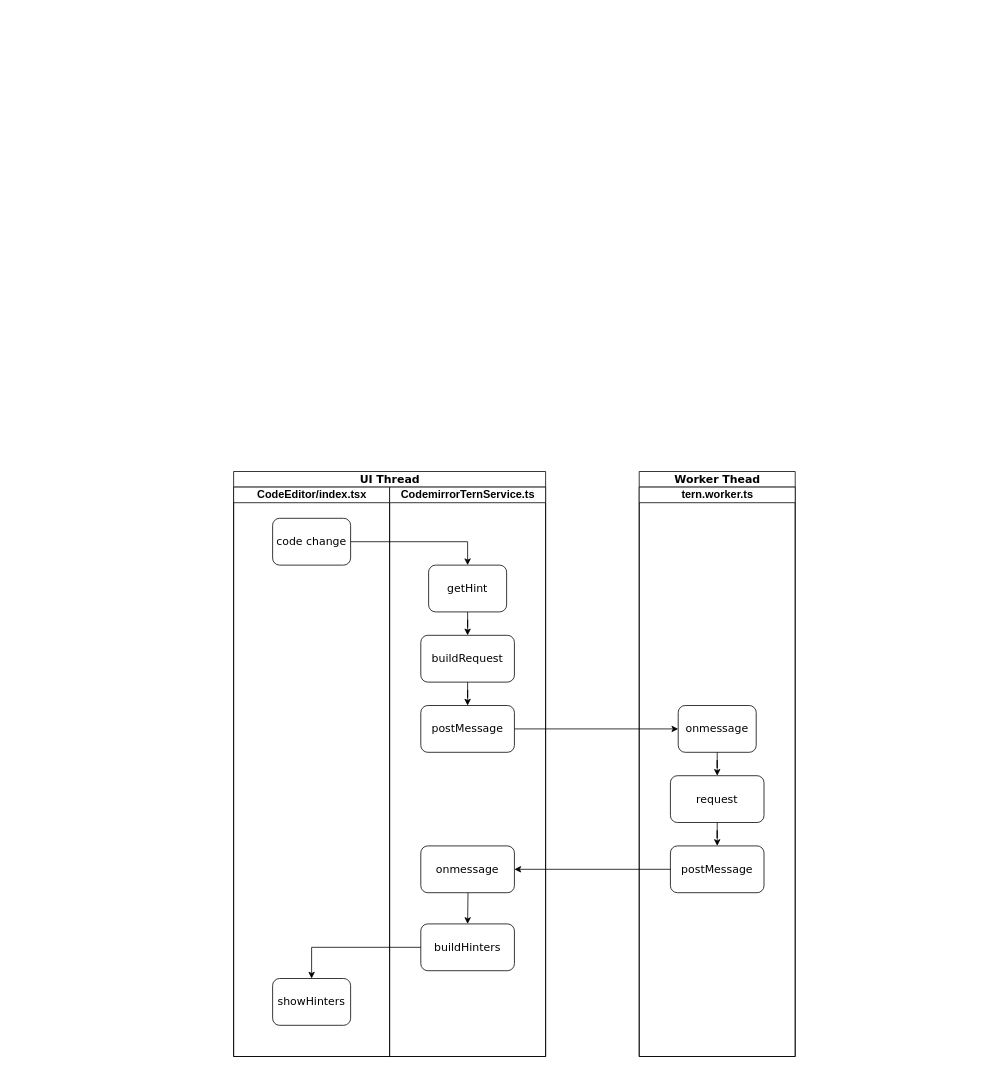
Before: appsmith-autocompletion.drawio in Zsynuting/diagram, a draw.io diagram. Source tidied: cells renumbered, new cells numbered last; positions are measured from the earlier drawing's top-left corner, leaving out a move shared by most shapes. Both pictures are drawn from the tidied source at 78%, with x=0, y=0 at pixel (233, 471).
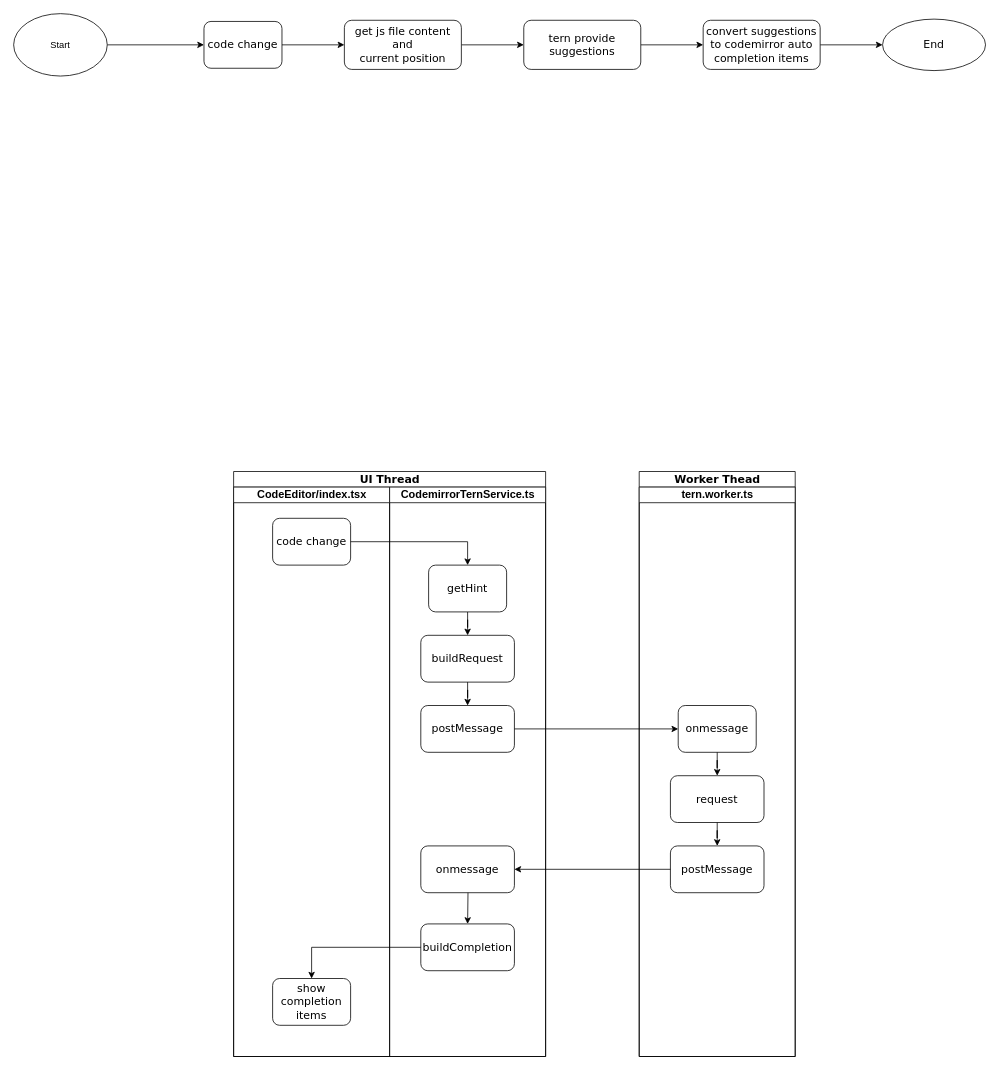
The same page after the edit.

The change refers to these unchanged cells:
```xml
<mxCell id="3" value="CodeEditor/index.tsx" style="swimlane;html=1;startSize=20;fontSize=14;" parent="2" vertex="1">
  <mxGeometry y="20" width="200" height="730" as="geometry" />
</mxCell>
<mxCell id="6" value="CodemirrorTernService.ts" style="swimlane;html=1;startSize=20;fontSize=14;" parent="2" vertex="1">
  <mxGeometry x="200" y="20" width="200" height="730" as="geometry" />
</mxCell>
```

Change to the diagram source:
```diff
@@
-    <mxCell id="5" value="showHinters" style="rounded=1;whiteSpace=wrap;html=1;shadow=0;labelBackgroundColor=none;strokeWidth=1;fontFamily=Verdana;fontSize=14;align=center;" parent="3" vertex="1">
+    <mxCell id="5" value="show completion items" style="rounded=1;whiteSpace=wrap;html=1;shadow=0;labelBackgroundColor=none;strokeWidth=1;fontFamily=Verdana;fontSize=14;align=center;" parent="3" vertex="1">
       <mxGeometry x="50" y="630" width="100" height="60" as="geometry" />
     </mxCell>
@@
-    <mxCell id="14" value="buildHinters" style="whiteSpace=wrap;html=1;fontSize=14;fontFamily=Verdana;rounded=1;shadow=0;labelBackgroundColor=none;strokeWidth=1;" parent="6" vertex="1">
+    <mxCell id="14" value="buildCompletion" style="whiteSpace=wrap;html=1;fontSize=14;fontFamily=Verdana;rounded=1;shadow=0;labelBackgroundColor=none;strokeWidth=1;" parent="6" vertex="1">
       <mxGeometry x="40" y="560" width="120" height="60" as="geometry" />
     </mxCell>
@@
+    <mxCell id="26" style="edgeStyle=orthogonalEdgeStyle;rounded=0;jettySize=auto;html=1;" parent="1" edge="1" source="27" target="31">
+      <mxGeometry relative="1" as="geometry" />
+    </mxCell>
+    <mxCell id="27" value="code change" style="rounded=1;whiteSpace=wrap;html=1;shadow=0;labelBackgroundColor=none;strokeWidth=1;fontFamily=Verdana;fontSize=14;align=center;" parent="1" vertex="1">
+      <mxGeometry x="-38" y="-577" width="100" height="60" as="geometry" />
+    </mxCell>
+    <mxCell id="28" style="edgeStyle=orthogonalEdgeStyle;rounded=0;jettySize=auto;html=1;" parent="1" edge="1" source="29" target="27">
+      <mxGeometry relative="1" as="geometry" />
+    </mxCell>
+    <mxCell id="29" value="Start" style="ellipse;whiteSpace=wrap;html=1;" parent="1" vertex="1">
+      <mxGeometry x="-282" y="-587" width="120" height="80" as="geometry" />
+    </mxCell>
+    <mxCell id="30" style="edgeStyle=orthogonalEdgeStyle;rounded=0;jettySize=auto;html=1;" parent="1" edge="1" source="31" target="33">
+      <mxGeometry relative="1" as="geometry" />
+    </mxCell>
+    <mxCell id="31" value="get js file content and&lt;br&gt;current position" style="rounded=1;whiteSpace=wrap;html=1;shadow=0;labelBackgroundColor=none;strokeWidth=1;fontFamily=Verdana;fontSize=14;align=center;" parent="1" vertex="1">
+      <mxGeometry x="142" y="-578.5" width="150" height="63" as="geometry" />
+    </mxCell>
+    <mxCell id="32" style="edgeStyle=orthogonalEdgeStyle;rounded=0;jettySize=auto;html=1;" parent="1" edge="1" source="33" target="35">
+      <mxGeometry relative="1" as="geometry" />
+    </mxCell>
+    <mxCell id="33" value="tern provide suggestions" style="rounded=1;whiteSpace=wrap;html=1;shadow=0;labelBackgroundColor=none;strokeWidth=1;fontFamily=Verdana;fontSize=14;align=center;" parent="1" vertex="1">
+      <mxGeometry x="372" y="-578.5" width="150" height="63" as="geometry" />
+    </mxCell>
+    <mxCell id="34" style="edgeStyle=orthogonalEdgeStyle;rounded=0;jettySize=auto;html=1;" parent="1" edge="1" source="35" target="36">
+      <mxGeometry relative="1" as="geometry" />
+    </mxCell>
+    <mxCell id="35" value="convert suggestions&lt;br&gt;to codemirror auto completion items" style="rounded=1;whiteSpace=wrap;html=1;shadow=0;labelBackgroundColor=none;strokeWidth=1;fontFamily=Verdana;fontSize=14;align=center;" parent="1" vertex="1">
+      <mxGeometry x="602" y="-578.5" width="150" height="63" as="geometry" />
+    </mxCell>
+    <mxCell id="36" value="End" style="ellipse;whiteSpace=wrap;html=1;fontSize=14;fontFamily=Verdana;rounded=1;shadow=0;labelBackgroundColor=none;strokeWidth=1;" parent="1" vertex="1">
+      <mxGeometry x="832" y="-580" width="132" height="66" as="geometry" />
+    </mxCell>
```
